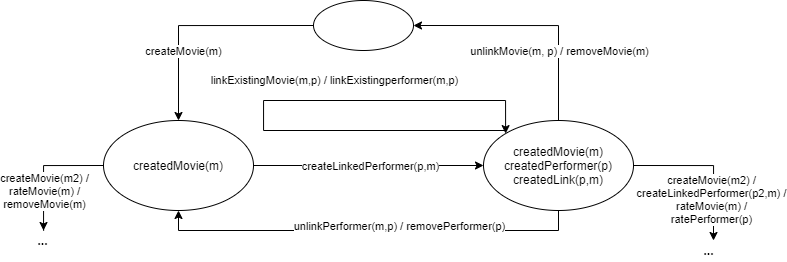
The draw.io diagram doc/synthesis/img/ucts.png in fidsusj/SWE-Seminar, before a commit. Source tidied: cells renumbered, new cells last; positions are measured from the earlier drawing's top-left corner, leaving out a move shared by most shapes. Its diagram source:
```xml
<mxGraphModel>
  <root>
    <mxCell id="0" />
    <mxCell id="1" parent="0" />
    <mxCell id="2" style="edgeStyle=orthogonalEdgeStyle;rounded=0;jettySize=auto;html=1;exitX=1;exitY=0.5;exitDx=0;exitDy=0;entryX=0;entryY=0.5;entryDx=0;entryDy=0;" parent="1" edge="1" source="4" target="10">
      <mxGeometry relative="1" as="geometry" />
    </mxCell>
    <mxCell id="3" value="createLinkedPerformer(p,m)" style="edgeLabel;html=1;align=center;verticalAlign=middle;" parent="2" vertex="1">
      <mxGeometry x="-0.1" y="6" relative="1" as="geometry">
        <mxPoint x="13" y="6" as="offset" />
      </mxGeometry>
    </mxCell>
    <mxCell id="4" value="createdMovie(m)&lt;br&gt;" style="ellipse;whiteSpace=wrap;html=1;" parent="1" vertex="1">
      <mxGeometry x="76" y="120" width="150" height="90" as="geometry" />
    </mxCell>
    <mxCell id="5" style="edgeStyle=orthogonalEdgeStyle;rounded=0;jettySize=auto;html=1;exitX=0.5;exitY=1;exitDx=0;exitDy=0;entryX=0.5;entryY=1;entryDx=0;entryDy=0;" parent="1" edge="1" source="10" target="4">
      <mxGeometry relative="1" as="geometry" />
    </mxCell>
    <mxCell id="6" value="unlinkPerformer(m,p) / removePerformer(p)" style="edgeLabel;html=1;align=center;verticalAlign=middle;" parent="5" vertex="1">
      <mxGeometry x="-0.15" y="-5" relative="1" as="geometry" />
    </mxCell>
    <mxCell id="7" style="edgeStyle=orthogonalEdgeStyle;rounded=0;jettySize=auto;html=1;exitX=0.5;exitY=0;exitDx=0;exitDy=0;entryX=1;entryY=0.5;entryDx=0;entryDy=0;" parent="1" edge="1" source="10" target="13">
      <mxGeometry relative="1" as="geometry" />
    </mxCell>
    <mxCell id="8" value="unlinkMovie(m, p) / removeMovie(m)" style="edgeLabel;html=1;align=center;verticalAlign=middle;" parent="7" vertex="1">
      <mxGeometry x="-0.27" y="-2" relative="1" as="geometry">
        <mxPoint x="-2" y="17.1" as="offset" />
      </mxGeometry>
    </mxCell>
    <mxCell id="9" style="edgeStyle=orthogonalEdgeStyle;rounded=0;jettySize=auto;html=1;exitX=1;exitY=0.5;exitDx=0;exitDy=0;" parent="1" edge="1" source="10">
      <mxGeometry relative="1" as="geometry">
        <mxPoint x="686" y="240" as="targetPoint" />
        <Array as="points">
          <mxPoint x="686" y="165" />
        </Array>
      </mxGeometry>
    </mxCell>
    <mxCell id="10" value="createdMovie(m)&lt;br&gt;createdPerformer(p)&lt;br&gt;createdLink(p,m)" style="ellipse;whiteSpace=wrap;html=1;" parent="1" vertex="1">
      <mxGeometry x="456" y="120" width="150" height="90" as="geometry" />
    </mxCell>
    <mxCell id="11" style="edgeStyle=orthogonalEdgeStyle;rounded=0;jettySize=auto;html=1;entryX=0.5;entryY=0;entryDx=0;entryDy=0;exitX=0;exitY=0.5;exitDx=0;exitDy=0;" parent="1" edge="1" source="13" target="4">
      <mxGeometry relative="1" as="geometry">
        <Array as="points">
          <mxPoint x="151" y="25" />
        </Array>
      </mxGeometry>
    </mxCell>
    <mxCell id="12" value="createMovie(m)" style="edgeLabel;html=1;align=center;verticalAlign=middle;" parent="11" vertex="1">
      <mxGeometry x="-0.1" y="6" relative="1" as="geometry">
        <mxPoint x="-26.8" y="18.9" as="offset" />
      </mxGeometry>
    </mxCell>
    <mxCell id="13" style="ellipse;whiteSpace=wrap;html=1;" parent="1" vertex="1">
      <mxGeometry x="286" width="100" height="50" as="geometry" />
    </mxCell>
    <mxCell id="14" style="edgeStyle=orthogonalEdgeStyle;rounded=0;jettySize=auto;html=1;entryX=0;entryY=0;entryDx=0;entryDy=0;" parent="1" edge="1" target="10">
      <mxGeometry relative="1" as="geometry">
        <mxPoint x="478" y="130" as="sourcePoint" />
        <Array as="points">
          <mxPoint x="236" y="130" />
          <mxPoint x="236" y="100" />
          <mxPoint x="478" y="100" />
        </Array>
      </mxGeometry>
    </mxCell>
    <mxCell id="15" value="linkExistingMovie(m,p) / linkExistingperformer(m,p)" style="edgeLabel;html=1;align=center;verticalAlign=middle;" parent="14" vertex="1">
      <mxGeometry x="0.16" y="-5" relative="1" as="geometry">
        <mxPoint x="24.9" y="-25.4" as="offset" />
      </mxGeometry>
    </mxCell>
    <mxCell id="16" style="edgeStyle=orthogonalEdgeStyle;rounded=0;jettySize=auto;html=1;exitX=0;exitY=0.5;exitDx=0;exitDy=0;" parent="1" edge="1" source="4">
      <mxGeometry relative="1" as="geometry">
        <mxPoint x="16" y="230" as="targetPoint" />
        <Array as="points">
          <mxPoint x="16" y="165" />
          <mxPoint x="16" y="230" />
        </Array>
      </mxGeometry>
    </mxCell>
    <mxCell id="17" value="createMovie(m2) /&lt;br&gt;rateMovie(m) /&lt;br&gt;removeMovie(m)" style="edgeLabel;html=1;align=center;verticalAlign=middle;" parent="16" vertex="1">
      <mxGeometry x="-0.1" y="6" relative="1" as="geometry">
        <mxPoint x="-3.5" y="18.9" as="offset" />
      </mxGeometry>
    </mxCell>
    <mxCell id="18" value="&lt;b&gt;...&lt;/b&gt;" style="text;html=1;align=center;verticalAlign=middle;" parent="1" vertex="1">
      <mxGeometry y="230" width="30" height="20" as="geometry" />
    </mxCell>
    <mxCell id="19" value="createMovie(m2) /&lt;br&gt;createLinkedPerformer(p2,m) /&lt;br&gt;rateMovie(m) /&lt;br&gt;ratePerformer(p)" style="edgeLabel;html=1;align=center;verticalAlign=middle;" parent="1" vertex="1">
      <mxGeometry x="676" y="200" as="geometry">
        <mxPoint x="7" y="-2" as="offset" />
      </mxGeometry>
    </mxCell>
    <mxCell id="20" value="&lt;b&gt;...&lt;/b&gt;" style="text;html=1;align=center;verticalAlign=middle;" parent="1" vertex="1">
      <mxGeometry x="666" y="240" width="30" height="20" as="geometry" />
    </mxCell>
  </root>
</mxGraphModel>
```
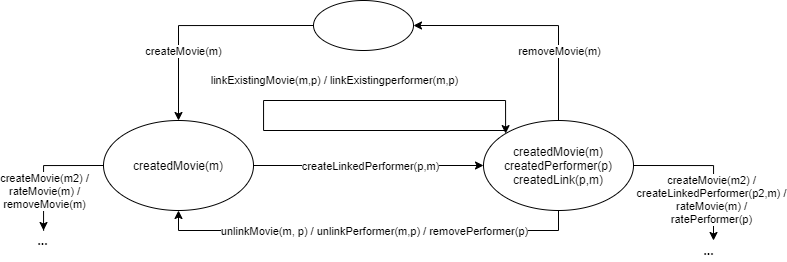
The same diagram one commit later.

Change to the diagram source:
```diff
@@ -16,13 +16,15 @@
     <mxCell id="5" style="edgeStyle=orthogonalEdgeStyle;rounded=0;jettySize=auto;html=1;exitX=0.5;exitY=1;exitDx=0;exitDy=0;entryX=0.5;entryY=1;entryDx=0;entryDy=0;" parent="1" edge="1" source="10" target="4">
       <mxGeometry relative="1" as="geometry" />
     </mxCell>
-    <mxCell id="6" value="unlinkPerformer(m,p) / removePerformer(p)" style="edgeLabel;html=1;align=center;verticalAlign=middle;" parent="5" vertex="1">
-      <mxGeometry x="-0.15" y="-5" relative="1" as="geometry" />
+    <mxCell id="6" value="unlinkMovie(m, p) / unlinkPerformer(m,p) / removePerformer(p)" style="edgeLabel;html=1;align=center;verticalAlign=middle;" parent="5" vertex="1">
+      <mxGeometry x="-0.15" y="-5" relative="1" as="geometry">
+        <mxPoint x="-25" y="5" as="offset" />
+      </mxGeometry>
     </mxCell>
     <mxCell id="7" style="edgeStyle=orthogonalEdgeStyle;rounded=0;jettySize=auto;html=1;exitX=0.5;exitY=0;exitDx=0;exitDy=0;entryX=1;entryY=0.5;entryDx=0;entryDy=0;" parent="1" edge="1" source="10" target="13">
       <mxGeometry relative="1" as="geometry" />
     </mxCell>
-    <mxCell id="8" value="unlinkMovie(m, p) / removeMovie(m)" style="edgeLabel;html=1;align=center;verticalAlign=middle;" parent="7" vertex="1">
+    <mxCell id="8" value="removeMovie(m)" style="edgeLabel;html=1;align=center;verticalAlign=middle;" parent="7" vertex="1">
       <mxGeometry x="-0.27" y="-2" relative="1" as="geometry">
         <mxPoint x="-2" y="17.1" as="offset" />
       </mxGeometry>
```
